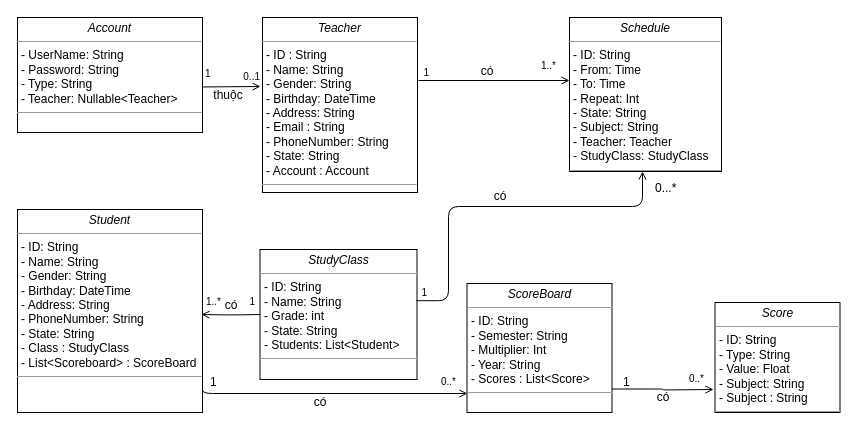
lydongcanh/DO-AN-CONG-NGHE-MOI keeps this draw.io diagram as Docs/Class Diagram.drawio. Above is the earlier version. Source tidied: cells renumbered, new cells numbered last; positions are measured from the earlier drawing's top-left corner, leaving out a move shared by most shapes. Both pictures are drawn from the tidied source at 100%, with x=0, y=0 at pixel (17, 17).
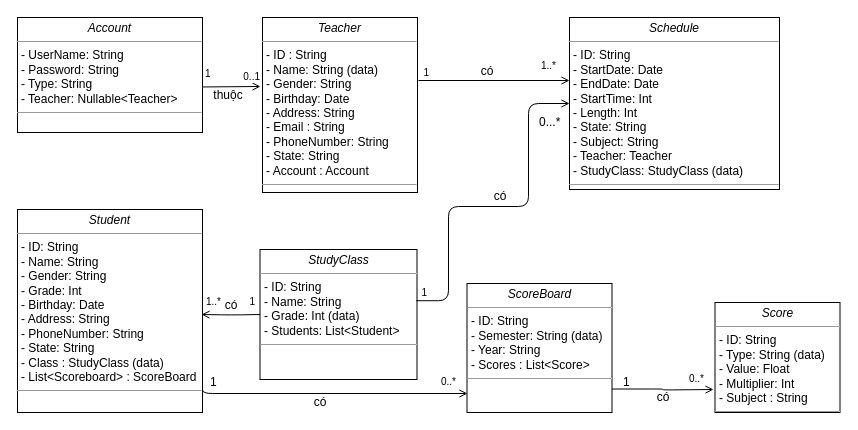
After the change.

Commit message:
[Doc] Update class diagram.

What changed in the source:
```diff
@@
-    <mxCell id="3" value="&lt;p style=&quot;margin: 0px ; margin-top: 4px ; text-align: center&quot;&gt;&lt;i&gt;Teacher&lt;/i&gt;&lt;/p&gt;&lt;hr size=&quot;1&quot;&gt;&lt;p style=&quot;margin: 0px ; margin-left: 4px&quot;&gt;- ID : String&lt;/p&gt;&lt;p style=&quot;margin: 0px ; margin-left: 4px&quot;&gt;- Name: String&lt;/p&gt;&lt;p style=&quot;margin: 0px ; margin-left: 4px&quot;&gt;- Gender: String&lt;/p&gt;&lt;p style=&quot;margin: 0px ; margin-left: 4px&quot;&gt;- Birthday: DateTime&lt;/p&gt;&lt;p style=&quot;margin: 0px ; margin-left: 4px&quot;&gt;- Address: String&lt;/p&gt;&lt;p style=&quot;margin: 0px ; margin-left: 4px&quot;&gt;- Email : String&lt;/p&gt;&lt;p style=&quot;margin: 0px ; margin-left: 4px&quot;&gt;- PhoneNumber: String&lt;/p&gt;&lt;p style=&quot;margin: 0px ; margin-left: 4px&quot;&gt;- State: String&lt;/p&gt;&lt;p style=&quot;margin: 0px ; margin-left: 4px&quot;&gt;&lt;span&gt;- Account : Account&lt;/span&gt;&lt;br&gt;&lt;/p&gt;&lt;hr size=&quot;1&quot;&gt;&lt;p style=&quot;margin: 0px ; margin-left: 4px&quot;&gt;&lt;br&gt;&lt;br&gt;&lt;/p&gt;" style="verticalAlign=top;align=left;overflow=fill;fontSize=12;fontFamily=Helvetica;html=1;rounded=0;shadow=0;comic=0;labelBackgroundColor=none;strokeColor=#000000;strokeWidth=1;fillColor=#ffffff;" parent="1" vertex="1">
+    <mxCell id="3" value="&lt;p style=&quot;margin: 0px ; margin-top: 4px ; text-align: center&quot;&gt;&lt;i&gt;Teacher&lt;/i&gt;&lt;/p&gt;&lt;hr size=&quot;1&quot;&gt;&lt;p style=&quot;margin: 0px ; margin-left: 4px&quot;&gt;- ID : String&lt;/p&gt;&lt;p style=&quot;margin: 0px ; margin-left: 4px&quot;&gt;- Name: String (data)&lt;/p&gt;&lt;p style=&quot;margin: 0px ; margin-left: 4px&quot;&gt;- Gender: String&lt;/p&gt;&lt;p style=&quot;margin: 0px ; margin-left: 4px&quot;&gt;- Birthday: Date&lt;/p&gt;&lt;p style=&quot;margin: 0px ; margin-left: 4px&quot;&gt;- Address: String&lt;/p&gt;&lt;p style=&quot;margin: 0px ; margin-left: 4px&quot;&gt;- Email : String&lt;/p&gt;&lt;p style=&quot;margin: 0px ; margin-left: 4px&quot;&gt;- PhoneNumber: String&lt;/p&gt;&lt;p style=&quot;margin: 0px ; margin-left: 4px&quot;&gt;- State: String&lt;/p&gt;&lt;p style=&quot;margin: 0px ; margin-left: 4px&quot;&gt;&lt;span&gt;- Account : Account&lt;/span&gt;&lt;br&gt;&lt;/p&gt;&lt;hr size=&quot;1&quot;&gt;&lt;p style=&quot;margin: 0px ; margin-left: 4px&quot;&gt;&lt;br&gt;&lt;br&gt;&lt;/p&gt;" style="verticalAlign=top;align=left;overflow=fill;fontSize=12;fontFamily=Helvetica;html=1;rounded=0;shadow=0;comic=0;labelBackgroundColor=none;strokeColor=#000000;strokeWidth=1;fillColor=#ffffff;" parent="1" vertex="1">
       <mxGeometry x="245" width="155" height="175" as="geometry" />
     </mxCell>
-    <mxCell id="4" value="&lt;p style=&quot;margin: 0px ; margin-top: 4px ; text-align: center&quot;&gt;&lt;i&gt;Schedule&lt;/i&gt;&lt;/p&gt;&lt;hr size=&quot;1&quot;&gt;&lt;p style=&quot;margin: 0px ; margin-left: 4px&quot;&gt;- ID: String&lt;/p&gt;&lt;p style=&quot;margin: 0px ; margin-left: 4px&quot;&gt;- From: Time&lt;/p&gt;&lt;p style=&quot;margin: 0px ; margin-left: 4px&quot;&gt;- To: Time&lt;/p&gt;&lt;p style=&quot;margin: 0px ; margin-left: 4px&quot;&gt;- Repeat: Int&lt;/p&gt;&lt;p style=&quot;margin: 0px ; margin-left: 4px&quot;&gt;- State: String&lt;/p&gt;&lt;p style=&quot;margin: 0px ; margin-left: 4px&quot;&gt;- Subject: String&lt;/p&gt;&lt;p style=&quot;margin: 0px ; margin-left: 4px&quot;&gt;- Teacher: Teacher&lt;/p&gt;&lt;p style=&quot;margin: 0px ; margin-left: 4px&quot;&gt;- StudyClass: StudyClass&lt;/p&gt;&lt;hr size=&quot;1&quot;&gt;&lt;p style=&quot;margin: 0px ; margin-left: 4px&quot;&gt;&lt;br&gt;&lt;br&gt;&lt;/p&gt;" style="verticalAlign=top;align=left;overflow=fill;fontSize=12;fontFamily=Helvetica;html=1;rounded=0;shadow=0;comic=0;labelBackgroundColor=none;strokeColor=#000000;strokeWidth=1;fillColor=#ffffff;" parent="1" vertex="1">
-      <mxGeometry x="552" width="152" height="154" as="geometry" />
+    <mxCell id="4" value="&lt;p style=&quot;margin: 0px ; margin-top: 4px ; text-align: center&quot;&gt;&lt;i&gt;Schedule&lt;/i&gt;&lt;/p&gt;&lt;hr size=&quot;1&quot;&gt;&lt;p style=&quot;margin: 0px ; margin-left: 4px&quot;&gt;- ID: String&lt;/p&gt;&lt;p style=&quot;margin: 0px ; margin-left: 4px&quot;&gt;- StartDate: Date&lt;/p&gt;&lt;p style=&quot;margin: 0px ; margin-left: 4px&quot;&gt;- EndDate: Date&lt;/p&gt;&lt;p style=&quot;margin: 0px ; margin-left: 4px&quot;&gt;- StartTime: Int&lt;/p&gt;&lt;p style=&quot;margin: 0px ; margin-left: 4px&quot;&gt;- Length: Int&lt;/p&gt;&lt;p style=&quot;margin: 0px ; margin-left: 4px&quot;&gt;- State: String&lt;/p&gt;&lt;p style=&quot;margin: 0px ; margin-left: 4px&quot;&gt;- Subject: String&lt;/p&gt;&lt;p style=&quot;margin: 0px ; margin-left: 4px&quot;&gt;- Teacher: Teacher&lt;/p&gt;&lt;p style=&quot;margin: 0px ; margin-left: 4px&quot;&gt;- StudyClass: StudyClass (data)&lt;/p&gt;&lt;hr size=&quot;1&quot;&gt;&lt;p style=&quot;margin: 0px ; margin-left: 4px&quot;&gt;&lt;br&gt;&lt;br&gt;&lt;/p&gt;" style="verticalAlign=top;align=left;overflow=fill;fontSize=12;fontFamily=Helvetica;html=1;rounded=0;shadow=0;comic=0;labelBackgroundColor=none;strokeColor=#000000;strokeWidth=1;fillColor=#ffffff;" parent="1" vertex="1">
+      <mxGeometry x="552" width="210" height="172" as="geometry" />
     </mxCell>
-    <mxCell id="5" value="&lt;p style=&quot;margin: 0px ; margin-top: 4px ; text-align: center&quot;&gt;&lt;i&gt;ScoreBoard&lt;/i&gt;&lt;/p&gt;&lt;hr size=&quot;1&quot;&gt;&lt;p style=&quot;margin: 0px ; margin-left: 4px&quot;&gt;- ID: String&lt;/p&gt;&lt;p style=&quot;margin: 0px ; margin-left: 4px&quot;&gt;- Semester: String&lt;/p&gt;&lt;p style=&quot;margin: 0px ; margin-left: 4px&quot;&gt;- Multiplier: Int&lt;/p&gt;&lt;p style=&quot;margin: 0px ; margin-left: 4px&quot;&gt;- Year: String&lt;/p&gt;&lt;p style=&quot;margin: 0px ; margin-left: 4px&quot;&gt;- Scores : List&amp;lt;Score&amp;gt;&lt;/p&gt;&lt;hr size=&quot;1&quot;&gt;&lt;p style=&quot;margin: 0px ; margin-left: 4px&quot;&gt;&lt;br&gt;&lt;br&gt;&lt;/p&gt;" style="verticalAlign=top;align=left;overflow=fill;fontSize=12;fontFamily=Helvetica;html=1;rounded=0;shadow=0;comic=0;labelBackgroundColor=none;strokeColor=#000000;strokeWidth=1;fillColor=#ffffff;" parent="1" vertex="1">
+    <mxCell id="5" value="&lt;p style=&quot;margin: 0px ; margin-top: 4px ; text-align: center&quot;&gt;&lt;i&gt;ScoreBoard&lt;/i&gt;&lt;/p&gt;&lt;hr size=&quot;1&quot;&gt;&lt;p style=&quot;margin: 0px ; margin-left: 4px&quot;&gt;- ID: String&lt;/p&gt;&lt;p style=&quot;margin: 0px ; margin-left: 4px&quot;&gt;- Semester: String (data)&lt;/p&gt;&lt;p style=&quot;margin: 0px ; margin-left: 4px&quot;&gt;- Year: String&lt;/p&gt;&lt;p style=&quot;margin: 0px ; margin-left: 4px&quot;&gt;- Scores : List&amp;lt;Score&amp;gt;&lt;/p&gt;&lt;hr size=&quot;1&quot;&gt;&lt;p style=&quot;margin: 0px ; margin-left: 4px&quot;&gt;&lt;br&gt;&lt;br&gt;&lt;/p&gt;" style="verticalAlign=top;align=left;overflow=fill;fontSize=12;fontFamily=Helvetica;html=1;rounded=0;shadow=0;comic=0;labelBackgroundColor=none;strokeColor=#000000;strokeWidth=1;fillColor=#ffffff;" parent="1" vertex="1">
       <mxGeometry x="449.5" y="266" width="145" height="129" as="geometry" />
     </mxCell>
-    <mxCell id="6" value="&lt;p style=&quot;margin: 0px ; margin-top: 4px ; text-align: center&quot;&gt;&lt;i&gt;Score&lt;/i&gt;&lt;/p&gt;&lt;hr size=&quot;1&quot;&gt;&lt;p style=&quot;margin: 0px ; margin-left: 4px&quot;&gt;- ID: String&lt;/p&gt;&lt;p style=&quot;margin: 0px ; margin-left: 4px&quot;&gt;- Type: String&lt;/p&gt;&lt;p style=&quot;margin: 0px ; margin-left: 4px&quot;&gt;- Value: Float&lt;/p&gt;&lt;p style=&quot;margin: 0px ; margin-left: 4px&quot;&gt;- Subject: String&lt;/p&gt;&lt;p style=&quot;margin: 0px ; margin-left: 4px&quot;&gt;- Subject : String&lt;br&gt;&lt;/p&gt;&lt;hr size=&quot;1&quot;&gt;&lt;p style=&quot;margin: 0px ; margin-left: 4px&quot;&gt;&lt;br&gt;&lt;br&gt;&lt;/p&gt;" style="verticalAlign=top;align=left;overflow=fill;fontSize=12;fontFamily=Helvetica;html=1;rounded=0;shadow=0;comic=0;labelBackgroundColor=none;strokeColor=#000000;strokeWidth=1;fillColor=#ffffff;" parent="1" vertex="1">
+    <mxCell id="6" value="&lt;p style=&quot;margin: 0px ; margin-top: 4px ; text-align: center&quot;&gt;&lt;i&gt;Score&lt;/i&gt;&lt;/p&gt;&lt;hr size=&quot;1&quot;&gt;&lt;p style=&quot;margin: 0px ; margin-left: 4px&quot;&gt;- ID: String&lt;/p&gt;&lt;p style=&quot;margin: 0px ; margin-left: 4px&quot;&gt;- Type: String (data)&lt;/p&gt;&lt;p style=&quot;margin: 0px ; margin-left: 4px&quot;&gt;- Value: Float&lt;/p&gt;&lt;p style=&quot;margin: 0px ; margin-left: 4px&quot;&gt;&lt;span&gt;- Multiplier: Int&lt;/span&gt;&lt;/p&gt;&lt;p style=&quot;margin: 0px ; margin-left: 4px&quot;&gt;&lt;span&gt;- Subject : String&lt;/span&gt;&lt;br&gt;&lt;/p&gt;&lt;hr size=&quot;1&quot;&gt;&lt;p style=&quot;margin: 0px ; margin-left: 4px&quot;&gt;&lt;br&gt;&lt;br&gt;&lt;/p&gt;" style="verticalAlign=top;align=left;overflow=fill;fontSize=12;fontFamily=Helvetica;html=1;rounded=0;shadow=0;comic=0;labelBackgroundColor=none;strokeColor=#000000;strokeWidth=1;fillColor=#ffffff;" parent="1" vertex="1">
       <mxGeometry x="697.5" y="285" width="125" height="110" as="geometry" />
     </mxCell>
-    <mxCell id="7" value="&lt;p style=&quot;margin: 0px ; margin-top: 4px ; text-align: center&quot;&gt;&lt;i&gt;Student&lt;/i&gt;&lt;/p&gt;&lt;hr size=&quot;1&quot;&gt;&lt;p style=&quot;margin: 0px ; margin-left: 4px&quot;&gt;- ID: String&lt;/p&gt;&lt;p style=&quot;margin: 0px ; margin-left: 4px&quot;&gt;- Name: String&lt;/p&gt;&lt;p style=&quot;margin: 0px ; margin-left: 4px&quot;&gt;- Gender: String&lt;/p&gt;&lt;p style=&quot;margin: 0px ; margin-left: 4px&quot;&gt;- Birthday: DateTime&lt;/p&gt;&lt;p style=&quot;margin: 0px ; margin-left: 4px&quot;&gt;- Address: String&lt;/p&gt;&lt;p style=&quot;margin: 0px ; margin-left: 4px&quot;&gt;- PhoneNumber: String&lt;/p&gt;&lt;p style=&quot;margin: 0px ; margin-left: 4px&quot;&gt;- State: String&lt;/p&gt;&lt;p style=&quot;margin: 0px ; margin-left: 4px&quot;&gt;- Class : StudyClass&lt;/p&gt;&lt;p style=&quot;margin: 0px ; margin-left: 4px&quot;&gt;&lt;span&gt;- List&amp;lt;Scoreboard&amp;gt; : ScoreBoard&lt;/span&gt;&lt;/p&gt;&lt;hr size=&quot;1&quot;&gt;&lt;p style=&quot;margin: 0px ; margin-left: 4px&quot;&gt;&lt;br&gt;&lt;br&gt;&lt;/p&gt;" style="verticalAlign=top;align=left;overflow=fill;fontSize=12;fontFamily=Helvetica;html=1;rounded=0;shadow=0;comic=0;labelBackgroundColor=none;strokeColor=#000000;strokeWidth=1;fillColor=#ffffff;" parent="1" vertex="1">
+    <mxCell id="7" value="&lt;p style=&quot;margin: 0px ; margin-top: 4px ; text-align: center&quot;&gt;&lt;i&gt;Student&lt;/i&gt;&lt;/p&gt;&lt;hr size=&quot;1&quot;&gt;&lt;p style=&quot;margin: 0px ; margin-left: 4px&quot;&gt;- ID: String&lt;/p&gt;&lt;p style=&quot;margin: 0px ; margin-left: 4px&quot;&gt;- Name: String&lt;/p&gt;&lt;p style=&quot;margin: 0px ; margin-left: 4px&quot;&gt;- Gender: String&lt;/p&gt;&lt;p style=&quot;margin: 0px ; margin-left: 4px&quot;&gt;- Grade: Int&lt;/p&gt;&lt;p style=&quot;margin: 0px ; margin-left: 4px&quot;&gt;- Birthday: Date&lt;/p&gt;&lt;p style=&quot;margin: 0px ; margin-left: 4px&quot;&gt;- Address: String&lt;/p&gt;&lt;p style=&quot;margin: 0px ; margin-left: 4px&quot;&gt;- PhoneNumber: String&lt;/p&gt;&lt;p style=&quot;margin: 0px ; margin-left: 4px&quot;&gt;- State: String&lt;/p&gt;&lt;p style=&quot;margin: 0px ; margin-left: 4px&quot;&gt;- Class : StudyClass (data)&lt;/p&gt;&lt;p style=&quot;margin: 0px ; margin-left: 4px&quot;&gt;&lt;span&gt;- List&amp;lt;Scoreboard&amp;gt; : ScoreBoard&lt;/span&gt;&lt;/p&gt;&lt;hr size=&quot;1&quot;&gt;&lt;p style=&quot;margin: 0px ; margin-left: 4px&quot;&gt;&lt;br&gt;&lt;br&gt;&lt;/p&gt;" style="verticalAlign=top;align=left;overflow=fill;fontSize=12;fontFamily=Helvetica;html=1;rounded=0;shadow=0;comic=0;labelBackgroundColor=none;strokeColor=#000000;strokeWidth=1;fillColor=#ffffff;" parent="1" vertex="1">
       <mxGeometry y="192" width="185" height="203" as="geometry" />
     </mxCell>
-    <mxCell id="8" value="&lt;p style=&quot;margin: 0px ; margin-top: 4px ; text-align: center&quot;&gt;&lt;i&gt;StudyClass&lt;/i&gt;&lt;/p&gt;&lt;hr size=&quot;1&quot;&gt;&lt;p style=&quot;margin: 0px ; margin-left: 4px&quot;&gt;- ID: String&lt;/p&gt;&lt;p style=&quot;margin: 0px ; margin-left: 4px&quot;&gt;- Name: String&lt;/p&gt;&lt;p style=&quot;margin: 0px ; margin-left: 4px&quot;&gt;- Grade: int&lt;/p&gt;&lt;p style=&quot;margin: 0px ; margin-left: 4px&quot;&gt;- State: String&lt;/p&gt;&lt;p style=&quot;margin: 0px ; margin-left: 4px&quot;&gt;- Students: List&amp;lt;Student&amp;gt;&amp;nbsp;&lt;/p&gt;&lt;hr size=&quot;1&quot;&gt;&lt;p style=&quot;margin: 0px ; margin-left: 4px&quot;&gt;&lt;br&gt;&lt;br&gt;&lt;/p&gt;" style="verticalAlign=top;align=left;overflow=fill;fontSize=12;fontFamily=Helvetica;html=1;rounded=0;shadow=0;comic=0;labelBackgroundColor=none;strokeColor=#000000;strokeWidth=1;fillColor=#ffffff;" parent="1" vertex="1">
+    <mxCell id="8" value="&lt;p style=&quot;margin: 0px ; margin-top: 4px ; text-align: center&quot;&gt;&lt;i&gt;StudyClass&lt;/i&gt;&lt;/p&gt;&lt;hr size=&quot;1&quot;&gt;&lt;p style=&quot;margin: 0px ; margin-left: 4px&quot;&gt;- ID: String&lt;/p&gt;&lt;p style=&quot;margin: 0px ; margin-left: 4px&quot;&gt;- Name: String&lt;/p&gt;&lt;p style=&quot;margin: 0px ; margin-left: 4px&quot;&gt;- Grade: Int (data)&lt;/p&gt;&lt;p style=&quot;margin: 0px ; margin-left: 4px&quot;&gt;- Students: List&amp;lt;Student&amp;gt;&amp;nbsp;&lt;/p&gt;&lt;hr size=&quot;1&quot;&gt;&lt;p style=&quot;margin: 0px ; margin-left: 4px&quot;&gt;&lt;br&gt;&lt;br&gt;&lt;/p&gt;" style="verticalAlign=top;align=left;overflow=fill;fontSize=12;fontFamily=Helvetica;html=1;rounded=0;shadow=0;comic=0;labelBackgroundColor=none;strokeColor=#000000;strokeWidth=1;fillColor=#ffffff;" parent="1" vertex="1">
       <mxGeometry x="242.5" y="232" width="157" height="130" as="geometry" />
     </mxCell>
@@
-    <mxCell id="15" style="endArrow=none;html=1;edgeStyle=orthogonalEdgeStyle;strokeColor=#000000;entryX=0.995;entryY=0.394;entryDx=0;entryDy=0;entryPerimeter=0;startArrow=open;startFill=0;" parent="1" edge="1" target="8">
+    <mxCell id="15" style="endArrow=none;html=1;edgeStyle=orthogonalEdgeStyle;strokeColor=#000000;entryX=0.995;entryY=0.394;entryDx=0;entryDy=0;entryPerimeter=0;startArrow=open;startFill=0;exitX=0;exitY=0.5;exitDx=0;exitDy=0;" parent="1" edge="1" source="4" target="8">
       <mxGeometry relative="1" as="geometry">
-        <mxPoint x="625" y="154" as="sourcePoint" />
         <Array as="points">
-          <mxPoint x="625" y="189" />
+          <mxPoint x="511" y="86" />
+          <mxPoint x="511" y="189" />
           <mxPoint x="431" y="189" />
           <mxPoint x="431" y="283" />
         </Array>
       </mxGeometry>
     </mxCell>
@@
     <mxCell id="25" value="0...*" style="text;html=1;align=left;verticalAlign=top;spacingTop=-4;" parent="1" vertex="1">
-      <mxGeometry x="636" y="161" width="32" height="14" as="geometry" />
+      <mxGeometry x="520" y="94.5" width="32" height="14" as="geometry" />
     </mxCell>
```
